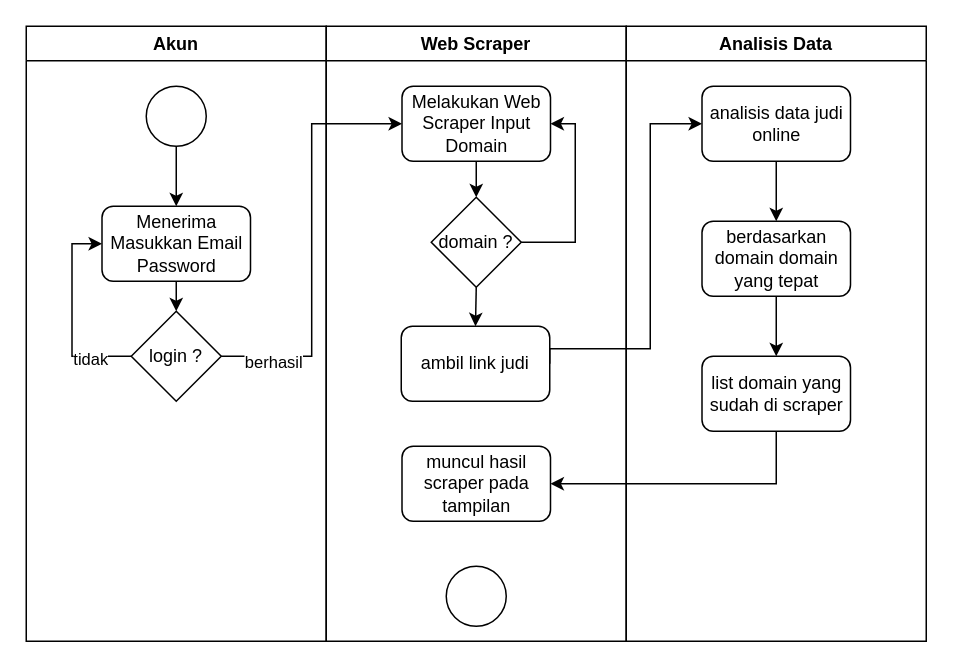
Earlier version of the draw.io diagram page "Halaman-4" (4 of 4) of Diagram Tanpa Judul.drawio (CyberFullStackDeveloperArr/coba). Source tidied: cells renumbered, new cells numbered last; positions are measured from the earlier drawing's top-left corner, leaving out a move shared by most shapes. Both pictures are drawn from the tidied source at 150%, with x=0, y=0 at pixel (26, 26).
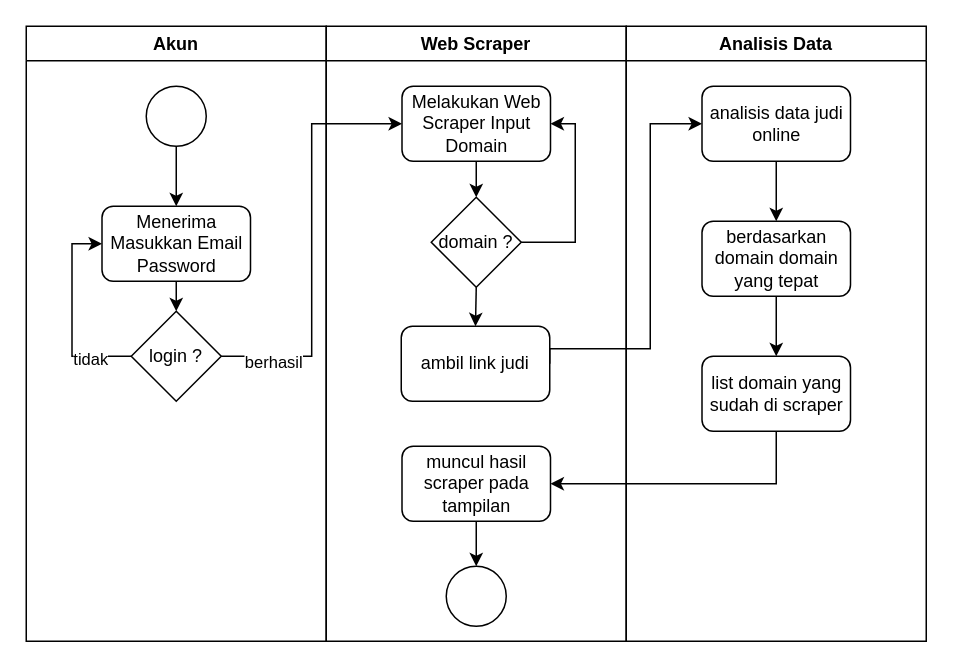
The same page after the edit.

Unchanged cells that the change refers to:
```xml
<mxCell id="10" value="Web Scraper" style="swimlane;whiteSpace=wrap;html=1;" parent="1" vertex="1">
  <mxGeometry x="200" width="200" height="410" as="geometry" />
</mxCell>
<mxCell id="17" value="muncul hasil scraper pada tampilan" style="rounded=1;whiteSpace=wrap;html=1;" parent="10" vertex="1">
  <mxGeometry x="50.5" y="280" width="99" height="50" as="geometry" />
</mxCell>
<mxCell id="18" style="ellipse;whiteSpace=wrap;html=1;" parent="10" vertex="1">
  <mxGeometry x="80" y="360" width="40" height="40" as="geometry" />
</mxCell>
```

Change to the diagram source:
```diff
@@
+    <mxCell id="29" style="edgeStyle=orthogonalEdgeStyle;rounded=0;jettySize=auto;html=1;exitX=0.5;exitY=1;exitDx=0;exitDy=0;" parent="10" edge="1" source="17" target="18">
+      <mxGeometry relative="1" as="geometry" />
+    </mxCell>
```
